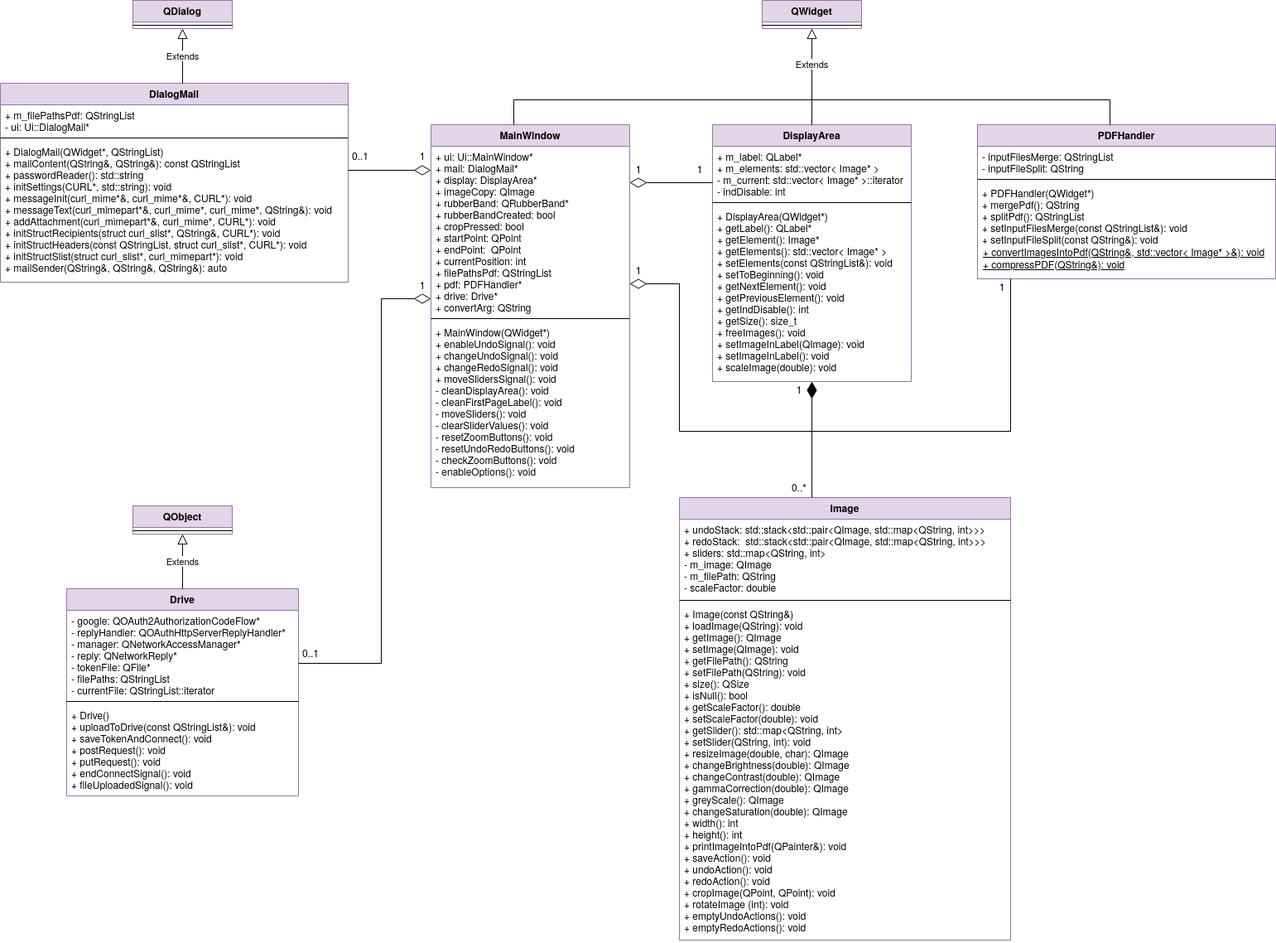
The draw.io diagram Specifikacija/dijagram_klasa.png in ratspeaker/descan, before a commit. Source tidied: cells renumbered, new cells last; positions are measured from the earlier drawing's top-left corner, leaving out a move shared by most shapes.
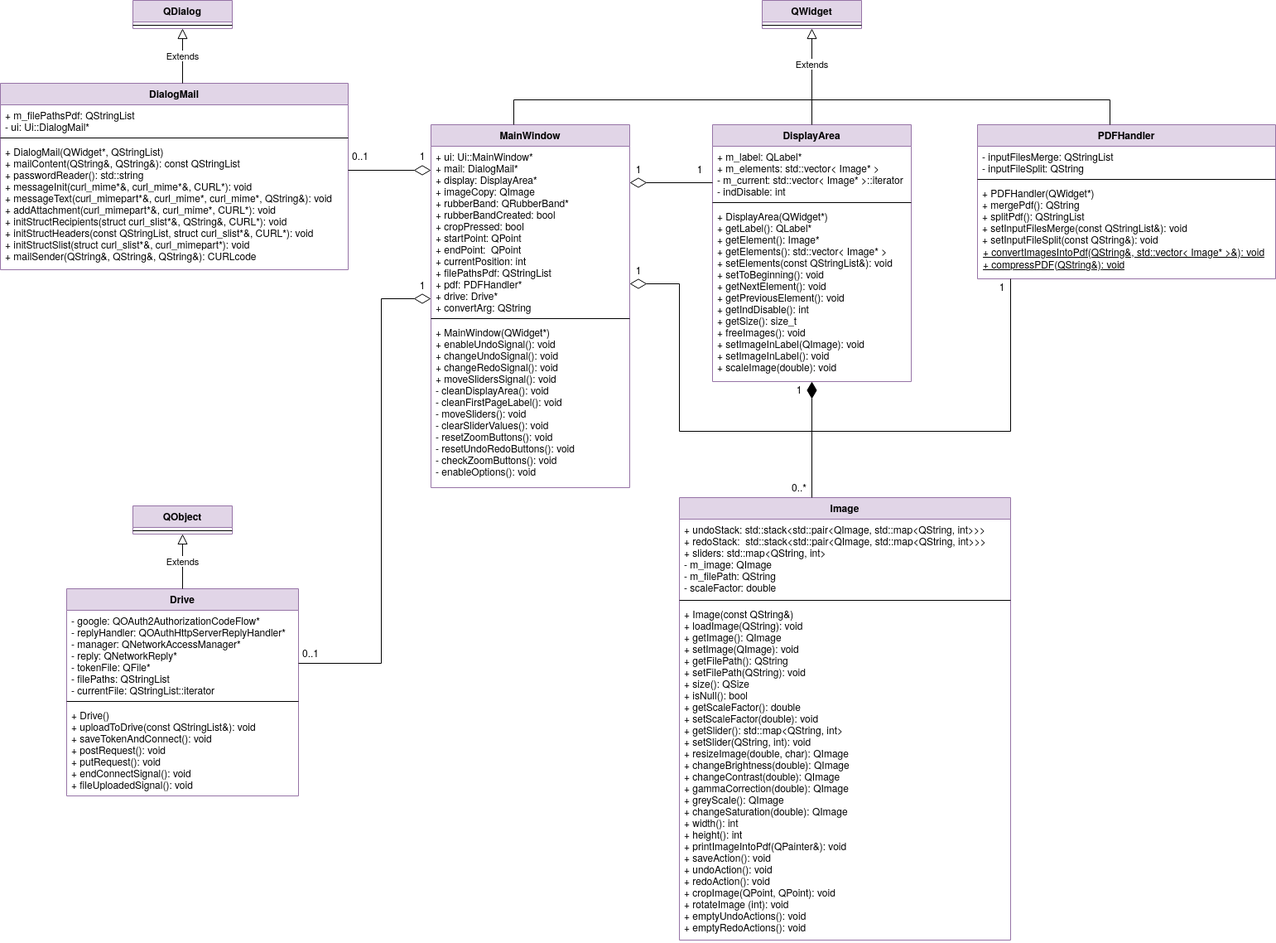
Later version of the same file.

Commit message:
docs: Class diagram changed

Diff of the diagram source:
```diff
@@ -3,7 +3,7 @@
     <mxCell id="0" />
     <mxCell id="1" parent="0" />
     <mxCell id="2" value="DialogMail" style="swimlane;fontStyle=1;align=center;verticalAlign=top;horizontal=1;startSize=26;fillColor=#e1d5e7;strokeColor=#9673a6;" parent="1" vertex="1">
-      <mxGeometry y="100" width="420" height="240" as="geometry" />
+      <mxGeometry y="100" width="420" height="225" as="geometry" />
     </mxCell>
     <mxCell id="3" value="+ m_filePathsPdf: QStringList&#10;- ui: Ui::DialogMail*" style="text;strokeColor=none;fillColor=none;align=left;verticalAlign=top;spacingLeft=4;spacingRight=4;overflow=hidden;" parent="2" vertex="1">
       <mxGeometry y="26" width="420" height="36" as="geometry" />
@@ -11,8 +11,8 @@
     <mxCell id="4" style="line;strokeWidth=1;fillColor=none;align=left;verticalAlign=middle;spacingTop=-1;spacingLeft=3;spacingRight=3;labelPosition=right;" parent="2" vertex="1">
       <mxGeometry y="62" width="420" height="8" as="geometry" />
     </mxCell>
-    <mxCell id="5" value="+ DialogMail(QWidget*, QStringList)&#10;+ mailContent(QString&amp;, QString&amp;): const QStringList&#10;+ passwordReader(): std::string&#10;+ initSettings(CURL*, std::string): void&#10;+ messageInit(curl_mime*&amp;, curl_mime*&amp;, CURL*): void&#10;+ messageText(curl_mimepart*&amp;, curl_mime*, curl_mime*, QString&amp;): void&#10;+ addAttachment(curl_mimepart*&amp;, curl_mime*, CURL*): void&#10;+ initStructRecipients(struct curl_slist*, QString&amp;, CURL*): void&#10;+ initStructHeaders(const QStringList, struct curl_slist*, CURL*): void&#10;+ initStructSlist(struct curl_slist*, curl_mimepart*): void&#10;+ mailSender(QString&amp;, QString&amp;, QString&amp;): auto&#10;" style="text;strokeColor=none;fillColor=none;align=left;verticalAlign=top;spacingLeft=4;spacingRight=4;overflow=hidden;" parent="2" vertex="1">
-      <mxGeometry y="70" width="420" height="170" as="geometry" />
+    <mxCell id="5" value="+ DialogMail(QWidget*, QStringList)&#10;+ mailContent(QString&amp;, QString&amp;): const QStringList&#10;+ passwordReader(): std::string&#10;+ messageInit(curl_mime*&amp;, curl_mime*&amp;, CURL*): void&#10;+ messageText(curl_mimepart*&amp;, curl_mime*, curl_mime*, QString&amp;): void&#10;+ addAttachment(curl_mimepart*&amp;, curl_mime*, CURL*): void&#10;+ initStructRecipients(struct curl_slist*&amp;, QString&amp;, CURL*): void&#10;+ initStructHeaders(const QStringList, struct curl_slist*&amp;, CURL*): void&#10;+ initStructSlist(struct curl_slist*&amp;, curl_mimepart*): void&#10;+ mailSender(QString&amp;, QString&amp;, QString&amp;): CURLcode&#10;" style="text;strokeColor=none;fillColor=none;align=left;verticalAlign=top;spacingLeft=4;spacingRight=4;overflow=hidden;" parent="2" vertex="1">
+      <mxGeometry y="70" width="420" height="155" as="geometry" />
     </mxCell>
     <mxCell id="6" value="QDialog" style="swimlane;fontStyle=1;align=center;verticalAlign=top;horizontal=1;startSize=26;fillColor=#e1d5e7;strokeColor=#9673a6;" parent="1" vertex="1">
       <mxGeometry x="160" width="120" height="34" as="geometry" />
```
